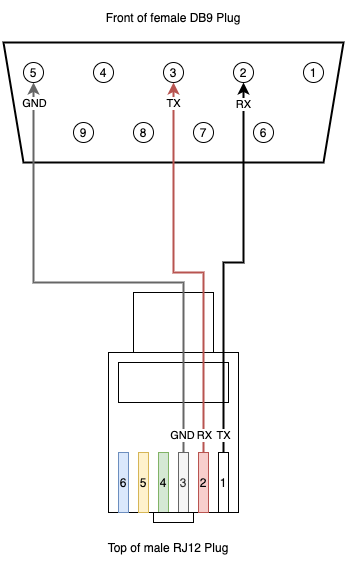
sophienyaa/NodeRenogy keeps this draw.io diagram as cable_wiring_diagram.png. Above is the earlier version. Source tidied: cells renumbered, new cells last; positions are measured from the earlier drawing's top-left corner, leaving out a move shared by most shapes.
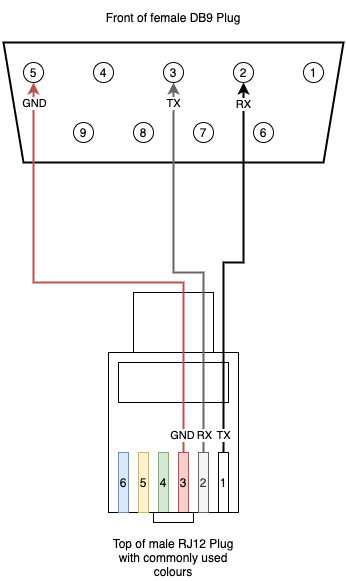
The same file after the commit.

The edit, as a diff of the source:
```diff
@@ -50,7 +50,7 @@
     <mxCell id="17" value="4" style="rounded=0;whiteSpace=wrap;html=1;fillColor=#d5e8d4;strokeColor=#82b366;" parent="1" vertex="1">
       <mxGeometry x="155" y="450" width="10" height="60" as="geometry" />
     </mxCell>
-    <mxCell id="18" style="edgeStyle=orthogonalEdgeStyle;rounded=0;jettySize=auto;html=1;exitX=0.5;exitY=0;exitDx=0;exitDy=0;entryX=0.5;entryY=1;entryDx=0;entryDy=0;fillColor=#f5f5f5;strokeColor=#666666;strokeWidth=2;" parent="1" edge="1" source="21" target="4">
+    <mxCell id="18" style="edgeStyle=orthogonalEdgeStyle;rounded=0;jettySize=auto;html=1;exitX=0.5;exitY=0;exitDx=0;exitDy=0;entryX=0.5;entryY=1;entryDx=0;entryDy=0;fillColor=#f8cecc;strokeColor=#b85450;strokeWidth=2;" parent="1" edge="1" source="21" target="4">
       <mxGeometry relative="1" as="geometry">
         <Array as="points">
           <mxPoint x="180" y="280" />
@@ -68,10 +68,10 @@
         <mxPoint y="2" as="offset" />
       </mxGeometry>
     </mxCell>
-    <mxCell id="21" value="3" style="rounded=0;whiteSpace=wrap;html=1;fillColor=#f5f5f5;strokeColor=#666666;fontColor=#333333;" parent="1" vertex="1">
+    <mxCell id="21" value="3" style="rounded=0;whiteSpace=wrap;html=1;fillColor=#f8cecc;strokeColor=#b85450;" parent="1" vertex="1">
       <mxGeometry x="175" y="450" width="10" height="60" as="geometry" />
     </mxCell>
-    <mxCell id="22" style="edgeStyle=orthogonalEdgeStyle;rounded=0;jettySize=auto;html=1;entryX=0.5;entryY=1;entryDx=0;entryDy=0;fillColor=#f8cecc;strokeColor=#b85450;strokeWidth=2;" parent="1" edge="1" source="25" target="6">
+    <mxCell id="22" style="edgeStyle=orthogonalEdgeStyle;rounded=0;jettySize=auto;html=1;entryX=0.5;entryY=1;entryDx=0;entryDy=0;fillColor=#f5f5f5;strokeColor=#666666;strokeWidth=2;" parent="1" edge="1" source="25" target="6">
       <mxGeometry relative="1" as="geometry">
         <Array as="points">
           <mxPoint x="200" y="270" />
@@ -89,7 +89,7 @@
         <mxPoint x="-1" y="-1" as="offset" />
       </mxGeometry>
     </mxCell>
-    <mxCell id="25" value="2" style="rounded=0;whiteSpace=wrap;html=1;fillColor=#f8cecc;strokeColor=#b85450;" parent="1" vertex="1">
+    <mxCell id="25" value="2" style="rounded=0;whiteSpace=wrap;html=1;fillColor=#f5f5f5;strokeColor=#666666;fontColor=#333333;" parent="1" vertex="1">
       <mxGeometry x="195" y="450" width="10" height="60" as="geometry" />
     </mxCell>
     <mxCell id="26" style="edgeStyle=orthogonalEdgeStyle;rounded=0;jettySize=auto;html=1;entryX=0.5;entryY=1;entryDx=0;entryDy=0;strokeWidth=2;" parent="1" edge="1" source="29" target="7">
@@ -119,8 +119,8 @@
     <mxCell id="31" value="Front of female DB9 Plug" style="text;html=1;strokeColor=none;fillColor=none;align=center;verticalAlign=middle;whiteSpace=wrap;rounded=0;" parent="1" vertex="1">
       <mxGeometry width="340" height="30" as="geometry" />
     </mxCell>
-    <mxCell id="32" value="Top of male RJ12 Plug" style="text;html=1;strokeColor=none;fillColor=none;align=center;verticalAlign=middle;whiteSpace=wrap;rounded=0;" parent="1" vertex="1">
-      <mxGeometry x="100" y="530" width="130" height="30" as="geometry" />
+    <mxCell id="32" value="Top of male RJ12 Plug&lt;br&gt;with commonly used colours" style="text;html=1;strokeColor=none;fillColor=none;align=center;verticalAlign=middle;whiteSpace=wrap;rounded=0;" parent="1" vertex="1">
+      <mxGeometry x="105" y="540" width="130" height="30" as="geometry" />
     </mxCell>
   </root>
 </mxGraphModel>
```
